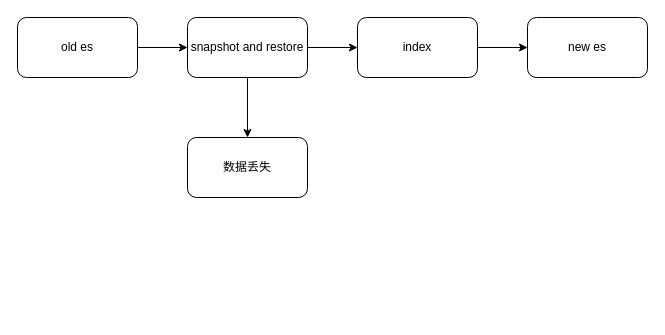
wupei-w/diagrams keeps this draw.io diagram as ES更新.drawio. Above is the earlier version. Source tidied: cells renumbered, new cells numbered last; positions are measured from the earlier drawing's top-left corner, leaving out a move shared by most shapes. Both pictures are drawn from the tidied source at 100%, with x=0, y=0 at pixel (17, 17).
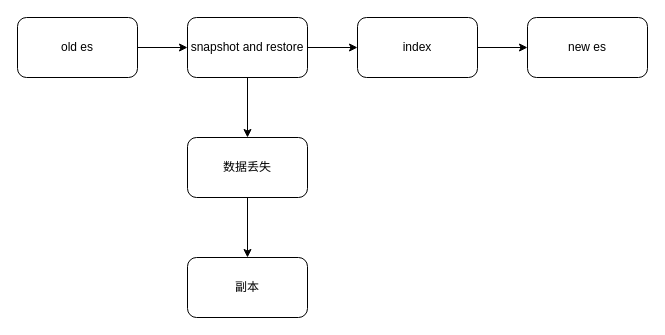
Above is the later version.

Diff of the diagram source:
```diff
@@
 <mxGraphModel>
   <root>
     <mxCell id="0" />
     <mxCell id="1" parent="0" />
     <mxCell id="2" style="edgeStyle=orthogonalEdgeStyle;rounded=0;jettySize=auto;html=1;exitX=0.5;exitY=1;exitDx=0;exitDy=0;" parent="1" edge="1" source="4" target="8">
       <mxGeometry relative="1" as="geometry" />
     </mxCell>
     <mxCell id="3" style="edgeStyle=orthogonalEdgeStyle;rounded=0;jettySize=auto;html=1;exitX=1;exitY=0.5;exitDx=0;exitDy=0;entryX=0;entryY=0.5;entryDx=0;entryDy=0;" parent="1" edge="1" source="4" target="10">
       <mxGeometry relative="1" as="geometry" />
     </mxCell>
     <mxCell id="4" value="snapshot and restore" style="rounded=1;whiteSpace=wrap;html=1;" parent="1" vertex="1">
       <mxGeometry x="170" width="120" height="60" as="geometry" />
     </mxCell>
     <mxCell id="5" style="edgeStyle=orthogonalEdgeStyle;rounded=0;jettySize=auto;html=1;exitX=1;exitY=0.5;exitDx=0;exitDy=0;entryX=0;entryY=0.5;entryDx=0;entryDy=0;" parent="1" edge="1" source="6" target="4">
       <mxGeometry relative="1" as="geometry" />
     </mxCell>
     <mxCell id="6" value="old es" style="rounded=1;whiteSpace=wrap;html=1;" parent="1" vertex="1">
       <mxGeometry width="120" height="60" as="geometry" />
     </mxCell>
     <mxCell id="7" value="new es" style="rounded=1;whiteSpace=wrap;html=1;" parent="1" vertex="1">
       <mxGeometry x="510" width="120" height="60" as="geometry" />
     </mxCell>
+    <mxCell id="11" style="edgeStyle=orthogonalEdgeStyle;rounded=0;jettySize=auto;html=1;exitX=0.5;exitY=1;exitDx=0;exitDy=0;entryX=0.5;entryY=0;entryDx=0;entryDy=0;" parent="1" edge="1" source="8" target="12">
+      <mxGeometry relative="1" as="geometry" />
+    </mxCell>
     <mxCell id="8" value="数据丢失" style="rounded=1;whiteSpace=wrap;html=1;" parent="1" vertex="1">
       <mxGeometry x="170" y="120" width="120" height="60" as="geometry" />
     </mxCell>
     <mxCell id="9" style="edgeStyle=orthogonalEdgeStyle;rounded=0;jettySize=auto;html=1;exitX=1;exitY=0.5;exitDx=0;exitDy=0;" parent="1" edge="1" source="10" target="7">
       <mxGeometry relative="1" as="geometry" />
     </mxCell>
     <mxCell id="10" value="index" style="rounded=1;whiteSpace=wrap;html=1;" parent="1" vertex="1">
       <mxGeometry x="340" width="120" height="60" as="geometry" />
     </mxCell>
+    <mxCell id="12" value="副本" style="rounded=1;whiteSpace=wrap;html=1;" parent="1" vertex="1">
+      <mxGeometry x="170" y="240" width="120" height="60" as="geometry" />
+    </mxCell>
   </root>
 </mxGraphModel>
```
